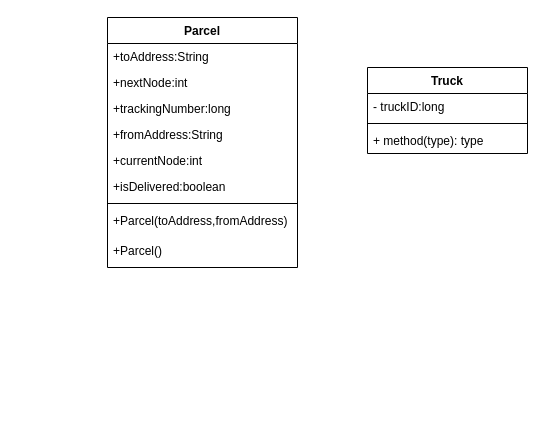
Before: Untitled Diagram.drawio in MorningC0ffee/Software-Engineering-Project, a draw.io diagram. Source tidied: cells renumbered, new cells numbered last; positions are measured from the earlier drawing's top-left corner, leaving out a move shared by most shapes. Both pictures are drawn from the tidied source at 100%, with x=0, y=0 at pixel (107, 17).
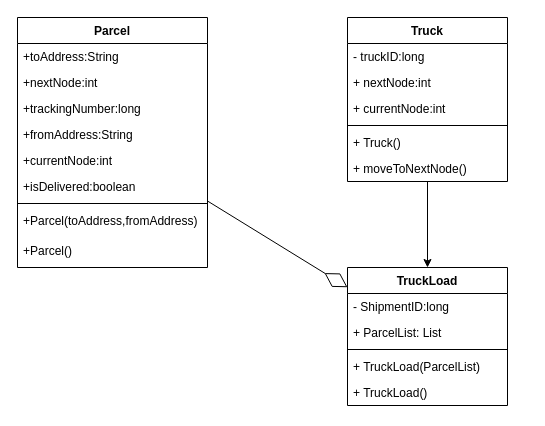
After the change.

The edit, as a diff of the source:
```diff
@@
     <mxCell id="2" value="Parcel" style="swimlane;fontStyle=1;align=center;verticalAlign=top;horizontal=1;startSize=26;" parent="1" vertex="1">
-      <mxGeometry width="190" height="250" as="geometry" />
+      <mxGeometry x="-90" width="190" height="250" as="geometry" />
     </mxCell>
@@
+    <mxCell id="16" style="edgeStyle=orthogonalEdgeStyle;rounded=0;jettySize=auto;html=1;" parent="1" edge="1" source="12" target="20">
+      <mxGeometry relative="1" as="geometry" />
+    </mxCell>
     <mxCell id="12" value="Truck" style="swimlane;fontStyle=1;align=center;verticalAlign=top;horizontal=1;startSize=26;" parent="1" vertex="1">
-      <mxGeometry x="260" y="50" width="160" height="86" as="geometry" />
+      <mxGeometry x="240" width="160" height="164" as="geometry" />
     </mxCell>
@@
+    <mxCell id="17" value="+ nextNode:int" style="text;strokeColor=none;fillColor=none;align=left;verticalAlign=top;spacingLeft=4;spacingRight=4;overflow=hidden;" parent="12" vertex="1">
+      <mxGeometry y="52" width="160" height="26" as="geometry" />
+    </mxCell>
+    <mxCell id="18" value="+ currentNode:int" style="text;strokeColor=none;fillColor=none;align=left;verticalAlign=top;spacingLeft=4;spacingRight=4;overflow=hidden;" parent="12" vertex="1">
+      <mxGeometry y="78" width="160" height="26" as="geometry" />
+    </mxCell>
     <mxCell id="14" style="line;strokeWidth=1;fillColor=none;align=left;verticalAlign=middle;spacingTop=-1;spacingLeft=3;spacingRight=3;labelPosition=right;" parent="12" vertex="1">
-      <mxGeometry y="52" width="160" height="8" as="geometry" />
+      <mxGeometry y="104" width="160" height="8" as="geometry" />
     </mxCell>
+    <mxCell id="19" value="+ Truck()" style="text;strokeColor=none;fillColor=none;align=left;verticalAlign=top;spacingLeft=4;spacingRight=4;overflow=hidden;" parent="12" vertex="1">
+      <mxGeometry y="112" width="160" height="26" as="geometry" />
+    </mxCell>
-    <mxCell id="15" value="+ method(type): type" style="text;strokeColor=none;fillColor=none;align=left;verticalAlign=top;spacingLeft=4;spacingRight=4;overflow=hidden;" parent="12" vertex="1">
-      <mxGeometry y="60" width="160" height="26" as="geometry" />
+    <mxCell id="15" value="+ moveToNextNode()" style="text;strokeColor=none;fillColor=none;align=left;verticalAlign=top;spacingLeft=4;spacingRight=4;overflow=hidden;" parent="12" vertex="1">
+      <mxGeometry y="138" width="160" height="26" as="geometry" />
     </mxCell>
+    <mxCell id="20" value="TruckLoad" style="swimlane;fontStyle=1;align=center;verticalAlign=top;horizontal=1;startSize=26;" parent="1" vertex="1">
+      <mxGeometry x="240" y="250" width="160" height="138" as="geometry" />
+    </mxCell>
+    <mxCell id="21" value="- ShipmentID:long" style="text;strokeColor=none;fillColor=none;align=left;verticalAlign=top;spacingLeft=4;spacingRight=4;overflow=hidden;" parent="20" vertex="1">
+      <mxGeometry y="26" width="160" height="26" as="geometry" />
+    </mxCell>
+    <mxCell id="22" value="+ ParcelList: List" style="text;strokeColor=none;fillColor=none;align=left;verticalAlign=top;spacingLeft=4;spacingRight=4;overflow=hidden;" parent="20" vertex="1">
+      <mxGeometry y="52" width="160" height="26" as="geometry" />
+    </mxCell>
+    <mxCell id="23" style="line;strokeWidth=1;fillColor=none;align=left;verticalAlign=middle;spacingTop=-1;spacingLeft=3;spacingRight=3;labelPosition=right;" parent="20" vertex="1">
+      <mxGeometry y="78" width="160" height="8" as="geometry" />
+    </mxCell>
+    <mxCell id="24" value="+ TruckLoad(ParcelList)" style="text;strokeColor=none;fillColor=none;align=left;verticalAlign=top;spacingLeft=4;spacingRight=4;overflow=hidden;" parent="20" vertex="1">
+      <mxGeometry y="86" width="160" height="26" as="geometry" />
+    </mxCell>
+    <mxCell id="25" value="+ TruckLoad()" style="text;strokeColor=none;fillColor=none;align=left;verticalAlign=top;spacingLeft=4;spacingRight=4;overflow=hidden;" parent="20" vertex="1">
+      <mxGeometry y="112" width="160" height="26" as="geometry" />
+    </mxCell>
+    <mxCell id="26" style="endArrow=diamondThin;endFill=0;endSize=24;html=1;rounded=0;" parent="1" edge="1" source="2" target="20">
+      <mxGeometry relative="1" as="geometry" />
+    </mxCell>
```
